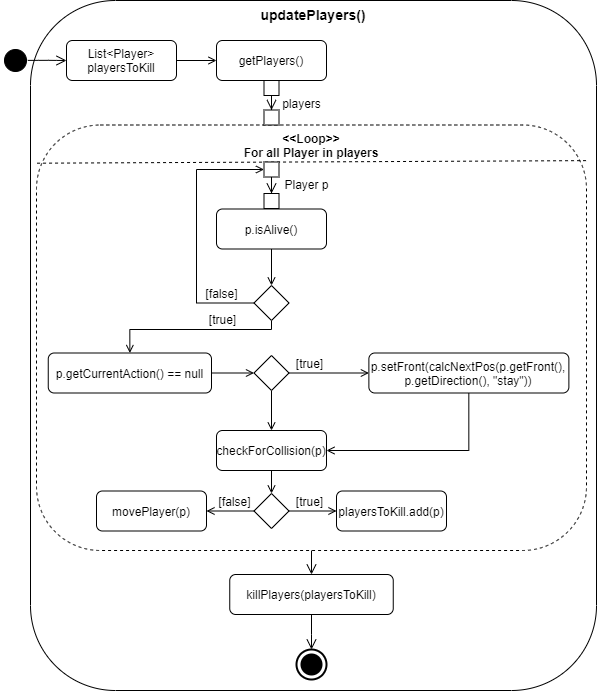
The draw.io diagram Doku/images/AD_updatePlayers.png in KjellooMelloo/gameoftrons, before a commit. Source tidied: cells renumbered, new cells last; positions are measured from the earlier drawing's top-left corner, leaving out a move shared by most shapes.
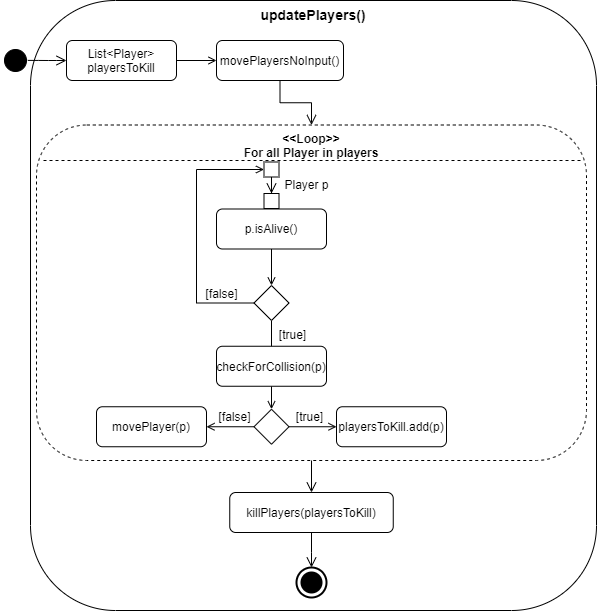
The same diagram one commit later.

The edit, as a diff of the source:
```diff
@@ -3,15 +3,15 @@
     <mxCell id="0" />
     <mxCell id="1" parent="0" />
     <mxCell id="2" value="&lt;b&gt;&lt;font style=&quot;font-size: 14px&quot;&gt;updatePlayers()&lt;/font&gt;&lt;/b&gt;" style="rounded=1;whiteSpace=wrap;html=1;align=center;verticalAlign=top;" parent="1" vertex="1">
-      <mxGeometry x="30" width="566" height="690" as="geometry" />
+      <mxGeometry x="30" width="566" height="610" as="geometry" />
     </mxCell>
     <mxCell id="3" value="&lt;b&gt;&amp;lt;&amp;lt;Loop&amp;gt;&amp;gt;&lt;br&gt;For all Player in players&lt;br&gt;&lt;/b&gt;" style="shape=ext;rounded=1;html=1;whiteSpace=wrap;dashed=1;verticalAlign=top;align=center;" parent="1" vertex="1">
-      <mxGeometry x="36" y="124.5" width="550" height="425.5" as="geometry" />
+      <mxGeometry x="36" y="124.5" width="550" height="335.5" as="geometry" />
     </mxCell>
-    <mxCell id="4" style="endArrow=none;dashed=1;html=1;exitX=0.001;exitY=0.125;exitDx=0;exitDy=0;exitPerimeter=0;entryX=1.002;entryY=0.119;entryDx=0;entryDy=0;entryPerimeter=0;" parent="1" edge="1">
+    <mxCell id="4" style="endArrow=none;dashed=1;html=1;" parent="1" edge="1">
       <mxGeometry relative="1" as="geometry">
-        <mxPoint x="36.5" y="162.7" as="sourcePoint" />
-        <mxPoint x="587.1" y="160.1" as="targetPoint" />
+        <mxPoint x="43" y="160" as="sourcePoint" />
+        <mxPoint x="583" y="160" as="targetPoint" />
       </mxGeometry>
     </mxCell>
     <mxCell id="5" style="ellipse;html=1;shape=startState;fillColor=#000000;strokeColor=#000000;align=center;" parent="1" vertex="1">
@@ -26,130 +26,93 @@
     <mxCell id="8" value="List&amp;lt;Player&amp;gt; playersToKill" style="shape=rect;html=1;rounded=1;whiteSpace=wrap;align=center;" parent="1" vertex="1">
       <mxGeometry x="66" y="40" width="110" height="40" as="geometry" />
     </mxCell>
-    <mxCell id="9" value="getPlayers()" style="shape=rect;html=1;rounded=1;whiteSpace=wrap;align=center;" parent="1" vertex="1">
-      <mxGeometry x="216" y="40" width="110" height="40" as="geometry" />
+    <mxCell id="9" value="movePlayersNoInput()" style="shape=rect;html=1;rounded=1;whiteSpace=wrap;align=center;" parent="1" vertex="1">
+      <mxGeometry x="216" y="40" width="127" height="40" as="geometry" />
     </mxCell>
-    <mxCell id="10" style="edgeStyle=orthogonalEdgeStyle;rounded=0;jettySize=auto;html=1;entryX=0.5;entryY=0;entryDx=0;entryDy=0;endArrow=open;endFill=0;exitX=0.5;exitY=1;exitDx=0;exitDy=0;" parent="1" edge="1" source="33" target="17">
+    <mxCell id="10" style="edgeStyle=orthogonalEdgeStyle;rounded=0;jettySize=auto;html=1;entryX=0.5;entryY=0;entryDx=0;entryDy=0;endArrow=open;endFill=0;exitX=0.5;exitY=1;exitDx=0;exitDy=0;" parent="1" edge="1" source="30" target="14">
       <mxGeometry relative="1" as="geometry" />
     </mxCell>
-    <mxCell id="11" style="edgeStyle=orthogonalEdgeStyle;rounded=0;jettySize=auto;html=1;endArrow=open;endFill=0;endSize=8;strokeColor=#000000;exitX=0.5;exitY=1;exitDx=0;exitDy=0;" parent="1" edge="1" source="12" target="13">
+    <mxCell id="11" style="edgeStyle=orthogonalEdgeStyle;rounded=0;jettySize=auto;html=1;endArrow=open;endFill=0;endSize=8;strokeColor=#000000;exitX=0.5;exitY=1;exitDx=0;exitDy=0;entryX=0.5;entryY=0;entryDx=0;entryDy=0;" parent="1" edge="1" source="9" target="3">
       <mxGeometry relative="1" as="geometry" />
     </mxCell>
-    <mxCell id="12" style="rounded=0;whiteSpace=wrap;html=1;strokeColor=#000000;align=center;" parent="1" vertex="1">
-      <mxGeometry x="263.5" y="80" width="15" height="15" as="geometry" />
+    <mxCell id="12" style="edgeStyle=orthogonalEdgeStyle;rounded=0;jettySize=auto;html=1;entryX=0.5;entryY=0;entryDx=0;entryDy=0;endArrow=open;endFill=0;" parent="1" edge="1" source="14" target="16">
+      <mxGeometry relative="1" as="geometry">
+        <Array as="points">
+          <mxPoint x="271" y="380" />
+          <mxPoint x="271" y="380" />
+        </Array>
+      </mxGeometry>
     </mxCell>
-    <mxCell id="13" style="rounded=0;whiteSpace=wrap;html=1;strokeColor=#000000;align=center;" parent="1" vertex="1">
-      <mxGeometry x="263.5" y="109.5" width="15" height="15" as="geometry" />
+    <mxCell id="13" style="edgeStyle=orthogonalEdgeStyle;rounded=0;jettySize=auto;html=1;entryX=0;entryY=0.5;entryDx=0;entryDy=0;endArrow=open;endFill=0;" parent="1" edge="1" source="14" target="32">
+      <mxGeometry relative="1" as="geometry">
+        <Array as="points">
+          <mxPoint x="196" y="303" />
+          <mxPoint x="196" y="169" />
+        </Array>
+      </mxGeometry>
     </mxCell>
-    <mxCell id="14" value="players" style="text;html=1;align=center;verticalAlign=middle;points=[];" parent="1" vertex="1">
-      <mxGeometry x="276" y="92.5" width="50" height="20" as="geometry" />
+    <mxCell id="14" style="rhombus;whiteSpace=wrap;html=1;strokeColor=#000000;align=center;" parent="1" vertex="1">
+      <mxGeometry x="253.5" y="285" width="35" height="35" as="geometry" />
     </mxCell>
-    <mxCell id="15" style="edgeStyle=orthogonalEdgeStyle;rounded=0;jettySize=auto;html=1;entryX=0.5;entryY=0;entryDx=0;entryDy=0;endArrow=open;endFill=0;" parent="1" edge="1" source="17" target="39">
-      <mxGeometry relative="1" as="geometry">
-        <Array as="points">
-          <mxPoint x="271" y="329" />
-          <mxPoint x="129" y="329" />
-        </Array>
-      </mxGeometry>
+    <mxCell id="15" style="edgeStyle=orthogonalEdgeStyle;rounded=0;jettySize=auto;html=1;entryX=0.5;entryY=0;entryDx=0;entryDy=0;endArrow=open;endFill=0;" parent="1" edge="1" source="16" target="20">
+      <mxGeometry relative="1" as="geometry" />
     </mxCell>
-    <mxCell id="16" style="edgeStyle=orthogonalEdgeStyle;rounded=0;jettySize=auto;html=1;entryX=0;entryY=0.5;entryDx=0;entryDy=0;endArrow=open;endFill=0;" parent="1" edge="1" source="17" target="35">
-      <mxGeometry relative="1" as="geometry">
-        <Array as="points">
-          <mxPoint x="196" y="303" />
-          <mxPoint x="196" y="169" />
-        </Array>
-      </mxGeometry>
+    <mxCell id="16" value="checkForCollision(p)" style="shape=rect;html=1;rounded=1;whiteSpace=wrap;align=center;" parent="1" vertex="1">
+      <mxGeometry x="216" y="345.8" width="110" height="40" as="geometry" />
     </mxCell>
-    <mxCell id="17" style="rhombus;whiteSpace=wrap;html=1;strokeColor=#000000;align=center;" parent="1" vertex="1">
-      <mxGeometry x="253.5" y="285" width="35" height="35" as="geometry" />
+    <mxCell id="17" value="[true]" style="text;html=1;align=center;verticalAlign=middle;points=[];" parent="1" vertex="1">
+      <mxGeometry x="272.2" y="323.5" width="40" height="20" as="geometry" />
     </mxCell>
-    <mxCell id="18" style="edgeStyle=orthogonalEdgeStyle;rounded=0;jettySize=auto;html=1;entryX=0.5;entryY=0;entryDx=0;entryDy=0;endArrow=open;endFill=0;" parent="1" edge="1" source="19" target="23">
+    <mxCell id="18" style="edgeStyle=orthogonalEdgeStyle;rounded=0;jettySize=auto;html=1;entryX=0;entryY=0.5;entryDx=0;entryDy=0;endArrow=open;endFill=0;" parent="1" edge="1" source="20" target="21">
       <mxGeometry relative="1" as="geometry" />
     </mxCell>
-    <mxCell id="19" value="checkForCollision(p)" style="shape=rect;html=1;rounded=1;whiteSpace=wrap;align=center;" parent="1" vertex="1">
-      <mxGeometry x="216" y="430" width="110" height="40" as="geometry" />
+    <mxCell id="19" style="edgeStyle=orthogonalEdgeStyle;rounded=0;jettySize=auto;html=1;entryX=1;entryY=0.5;entryDx=0;entryDy=0;endArrow=open;endFill=0;" parent="1" edge="1" source="20" target="23">
+      <mxGeometry relative="1" as="geometry" />
     </mxCell>
-    <mxCell id="20" value="[true]" style="text;html=1;align=center;verticalAlign=middle;points=[];" parent="1" vertex="1">
-      <mxGeometry x="201.5" y="309.2" width="40" height="20" as="geometry" />
+    <mxCell id="20" style="rhombus;whiteSpace=wrap;html=1;strokeColor=#000000;align=center;" parent="1" vertex="1">
+      <mxGeometry x="253.5" y="408.8" width="35" height="35" as="geometry" />
     </mxCell>
-    <mxCell id="21" style="edgeStyle=orthogonalEdgeStyle;rounded=0;jettySize=auto;html=1;entryX=0;entryY=0.5;entryDx=0;entryDy=0;endArrow=open;endFill=0;" parent="1" edge="1" source="23" target="24">
-      <mxGeometry relative="1" as="geometry" />
+    <mxCell id="21" value="playersToKill.add(p)" style="shape=rect;html=1;rounded=1;whiteSpace=wrap;align=center;" parent="1" vertex="1">
+      <mxGeometry x="336" y="406.2" width="110" height="40" as="geometry" />
     </mxCell>
-    <mxCell id="22" style="edgeStyle=orthogonalEdgeStyle;rounded=0;jettySize=auto;html=1;entryX=1;entryY=0.5;entryDx=0;entryDy=0;endArrow=open;endFill=0;" parent="1" edge="1" source="23" target="26">
-      <mxGeometry relative="1" as="geometry" />
+    <mxCell id="22" value="[true]" style="text;html=1;align=center;verticalAlign=middle;" parent="1" vertex="1">
+      <mxGeometry x="288.5" y="406.2" width="40" height="20" as="geometry" />
     </mxCell>
-    <mxCell id="23" style="rhombus;whiteSpace=wrap;html=1;strokeColor=#000000;align=center;" parent="1" vertex="1">
-      <mxGeometry x="253.5" y="493" width="35" height="35" as="geometry" />
+    <mxCell id="23" value="movePlayer(p)" style="shape=rect;html=1;rounded=1;whiteSpace=wrap;align=center;" parent="1" vertex="1">
+      <mxGeometry x="96" y="406.2" width="110" height="40" as="geometry" />
     </mxCell>
-    <mxCell id="24" value="playersToKill.add(p)" style="shape=rect;html=1;rounded=1;whiteSpace=wrap;align=center;" parent="1" vertex="1">
-      <mxGeometry x="336" y="490.5" width="110" height="40" as="geometry" />
+    <mxCell id="24" value="[false]" style="text;html=1;align=center;verticalAlign=middle;points=[];" parent="1" vertex="1">
+      <mxGeometry x="208.5" y="406.2" width="50" height="20" as="geometry" />
     </mxCell>
-    <mxCell id="25" value="[true]" style="text;html=1;align=center;verticalAlign=middle;" parent="1" vertex="1">
-      <mxGeometry x="288.5" y="490.5" width="40" height="20" as="geometry" />
+    <mxCell id="25" value="[false]" style="text;html=1;align=center;verticalAlign=middle;" parent="1" vertex="1">
+      <mxGeometry x="196" y="282.5" width="50" height="20" as="geometry" />
     </mxCell>
-    <mxCell id="26" value="movePlayer(p)" style="shape=rect;html=1;rounded=1;whiteSpace=wrap;align=center;" parent="1" vertex="1">
-      <mxGeometry x="96" y="490.5" width="110" height="40" as="geometry" />
+    <mxCell id="26" style="edgeStyle=orthogonalEdgeStyle;html=1;verticalAlign=bottom;endArrow=open;endSize=8;strokeColor=#000000;entryX=0.5;entryY=0;entryDx=0;entryDy=0;rounded=0;" parent="1" edge="1" source="3" target="28">
+      <mxGeometry relative="1" as="geometry" />
     </mxCell>
-    <mxCell id="27" value="[false]" style="text;html=1;align=center;verticalAlign=middle;" parent="1" vertex="1">
-      <mxGeometry x="208.5" y="490.5" width="50" height="20" as="geometry" />
+    <mxCell id="27" style="edgeStyle=orthogonalEdgeStyle;rounded=0;jettySize=auto;html=1;entryX=0.5;entryY=0;entryDx=0;entryDy=0;entryPerimeter=0;endArrow=open;endFill=0;endSize=8;strokeColor=#000000;" parent="1" edge="1" source="28" target="29">
+      <mxGeometry relative="1" as="geometry" />
     </mxCell>
-    <mxCell id="28" value="[false]" style="text;html=1;align=center;verticalAlign=middle;points=[];" parent="1" vertex="1">
-      <mxGeometry x="196" y="282.5" width="50" height="20" as="geometry" />
+    <mxCell id="28" value="killPlayers(playersToKill)" style="shape=rect;html=1;rounded=1;whiteSpace=wrap;align=center;" parent="1" vertex="1">
+      <mxGeometry x="229.2" y="492" width="163.5" height="40" as="geometry" />
     </mxCell>
-    <mxCell id="29" style="edgeStyle=orthogonalEdgeStyle;html=1;verticalAlign=bottom;endArrow=open;endSize=8;strokeColor=#000000;entryX=0.5;entryY=0;entryDx=0;entryDy=0;rounded=0;" parent="1" edge="1" source="3" target="31">
-      <mxGeometry relative="1" as="geometry" />
+    <mxCell id="29" style="html=1;shape=mxgraph.sysml.actFinal;strokeWidth=2;verticalLabelPosition=bottom;verticalAlignment=top;align=center;" parent="1" vertex="1">
+      <mxGeometry x="296" y="567" width="30" height="30" as="geometry" />
     </mxCell>
-    <mxCell id="30" style="edgeStyle=orthogonalEdgeStyle;rounded=0;jettySize=auto;html=1;entryX=0.5;entryY=0;entryDx=0;entryDy=0;entryPerimeter=0;endArrow=open;endFill=0;endSize=8;strokeColor=#000000;" parent="1" edge="1" source="31" target="32">
-      <mxGeometry relative="1" as="geometry" />
+    <mxCell id="30" value="p.isAlive()" style="shape=rect;html=1;rounded=1;whiteSpace=wrap;align=center;" parent="1" vertex="1">
+      <mxGeometry x="216" y="208.5" width="110" height="40" as="geometry" />
     </mxCell>
-    <mxCell id="31" value="killPlayers(playersToKill)" style="shape=rect;html=1;rounded=1;whiteSpace=wrap;align=center;" parent="1" vertex="1">
-      <mxGeometry x="229.2" y="574" width="163.5" height="40" as="geometry" />
+    <mxCell id="31" style="edgeStyle=orthogonalEdgeStyle;rounded=0;jettySize=auto;html=1;endArrow=open;endFill=0;endSize=8;strokeColor=#000000;" parent="1" edge="1" source="32" target="33">
+      <mxGeometry relative="1" as="geometry" />
     </mxCell>
-    <mxCell id="32" style="html=1;shape=mxgraph.sysml.actFinal;strokeWidth=2;verticalLabelPosition=bottom;verticalAlignment=top;align=center;" parent="1" vertex="1">
-      <mxGeometry x="296" y="649" width="30" height="30" as="geometry" />
+    <mxCell id="32" style="rounded=0;whiteSpace=wrap;html=1;strokeColor=#000000;align=center;" parent="1" vertex="1">
+      <mxGeometry x="263.5" y="161.5" width="15" height="15" as="geometry" />
     </mxCell>
-    <mxCell id="33" value="p.isAlive()" style="shape=rect;html=1;rounded=1;whiteSpace=wrap;align=center;" parent="1" vertex="1">
-      <mxGeometry x="216" y="208.5" width="110" height="40" as="geometry" />
+    <mxCell id="33" style="rounded=0;whiteSpace=wrap;html=1;strokeColor=#000000;align=center;" parent="1" vertex="1">
+      <mxGeometry x="263.5" y="193" width="15" height="15" as="geometry" />
     </mxCell>
-    <mxCell id="34" style="edgeStyle=orthogonalEdgeStyle;rounded=0;jettySize=auto;html=1;endArrow=open;endFill=0;endSize=8;strokeColor=#000000;" parent="1" edge="1" source="35" target="36">
-      <mxGeometry relative="1" as="geometry" />
+    <mxCell id="34" value="Player p" style="text;html=1;align=center;verticalAlign=middle;" parent="1" vertex="1">
+      <mxGeometry x="276" y="174" width="60" height="20" as="geometry" />
     </mxCell>
-    <mxCell id="35" style="rounded=0;whiteSpace=wrap;html=1;strokeColor=#000000;align=center;" parent="1" vertex="1">
-      <mxGeometry x="263.5" y="161.5" width="15" height="15" as="geometry" />
-    </mxCell>
-    <mxCell id="36" style="rounded=0;whiteSpace=wrap;html=1;strokeColor=#000000;align=center;" parent="1" vertex="1">
-      <mxGeometry x="263.5" y="193" width="15" height="15" as="geometry" />
-    </mxCell>
-    <mxCell id="37" value="Player p" style="text;html=1;align=center;verticalAlign=middle;" parent="1" vertex="1">
-      <mxGeometry x="276" y="174" width="60" height="20" as="geometry" />
-    </mxCell>
-    <mxCell id="38" style="edgeStyle=orthogonalEdgeStyle;rounded=0;jettySize=auto;html=1;entryX=0;entryY=0.5;entryDx=0;entryDy=0;endArrow=open;endFill=0;" parent="1" edge="1" source="39" target="44">
-      <mxGeometry relative="1" as="geometry" />
-    </mxCell>
-    <mxCell id="39" value="p.getCurrentAction() == null" style="shape=rect;html=1;rounded=1;whiteSpace=wrap;align=center;" parent="1" vertex="1">
-      <mxGeometry x="47.8" y="352.5" width="163.2" height="40" as="geometry" />
-    </mxCell>
-    <mxCell id="40" style="edgeStyle=orthogonalEdgeStyle;rounded=0;jettySize=auto;html=1;entryX=1;entryY=0.5;entryDx=0;entryDy=0;endArrow=open;endFill=0;" parent="1" edge="1" source="41" target="19">
-      <mxGeometry relative="1" as="geometry">
-        <Array as="points">
-          <mxPoint x="468" y="450" />
-        </Array>
-      </mxGeometry>
-    </mxCell>
-    <mxCell id="41" value="p.setFront(calcNextPos(p.getFront(), p.getDirection(), &quot;stay&quot;))" style="shape=rect;html=1;rounded=1;whiteSpace=wrap;align=center;" parent="1" vertex="1">
-      <mxGeometry x="368.4" y="352.5" width="200" height="40" as="geometry" />
-    </mxCell>
-    <mxCell id="42" style="edgeStyle=orthogonalEdgeStyle;rounded=0;jettySize=auto;html=1;entryX=0;entryY=0.5;entryDx=0;entryDy=0;endArrow=open;endFill=0;" parent="1" edge="1" source="44" target="41">
-      <mxGeometry relative="1" as="geometry" />
-    </mxCell>
-    <mxCell id="43" style="edgeStyle=orthogonalEdgeStyle;rounded=0;jettySize=auto;html=1;entryX=0.5;entryY=0;entryDx=0;entryDy=0;endArrow=open;endFill=0;" parent="1" edge="1" source="44" target="19">
-      <mxGeometry relative="1" as="geometry" />
-    </mxCell>
-    <mxCell id="44" style="rhombus;whiteSpace=wrap;html=1;strokeColor=#000000;align=center;" parent="1" vertex="1">
-      <mxGeometry x="253.5" y="355" width="35" height="35" as="geometry" />
-    </mxCell>
-    <mxCell id="45" value="[true]" style="text;html=1;align=center;verticalAlign=middle;" parent="1" vertex="1">
-      <mxGeometry x="288.5" y="352.5" width="40" height="20" as="geometry" />
-    </mxCell>
   </root>
 </mxGraphModel>
```
